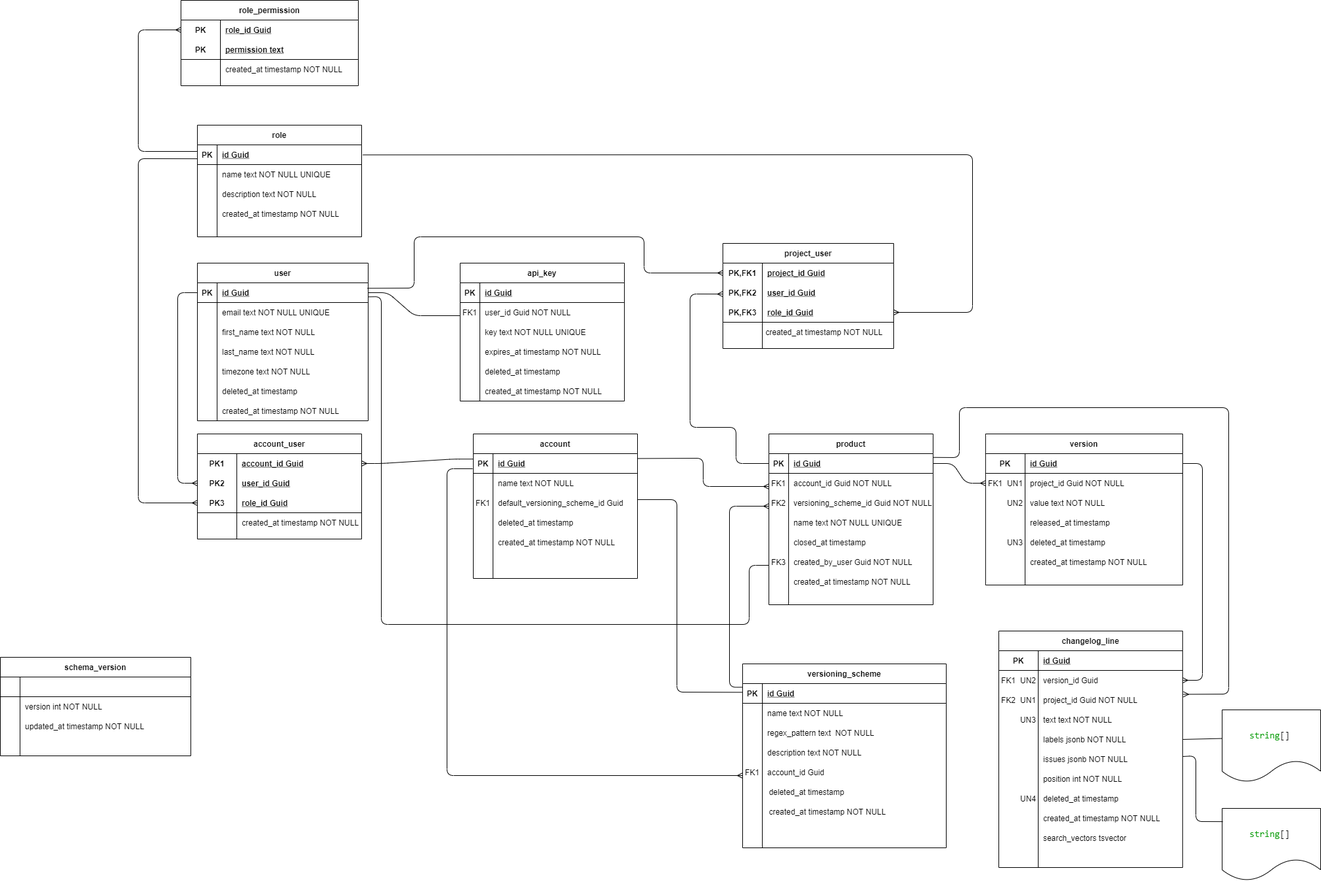
stefan-jeitler/change-blog keeps this draw.io diagram as docs/assets/ChangeTrackerDbSchema.png. Above is the earlier version. Source tidied: cells renumbered, new cells last; positions are measured from the earlier drawing's top-left corner, leaving out a move shared by most shapes.
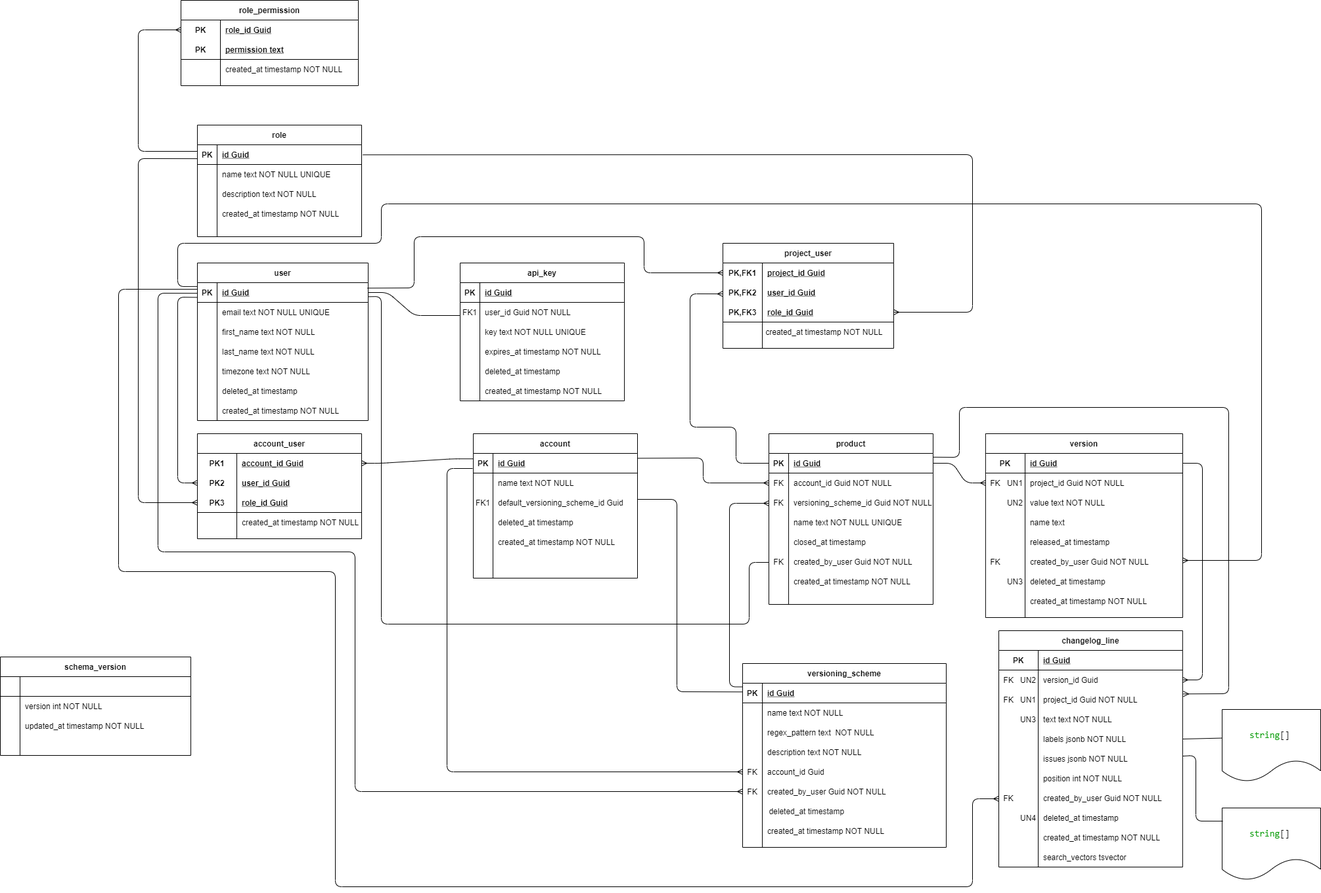
Above is the later version.

Commit message:
change schema: add created_by_user columns

The edit, as a diff of the source:
```diff
@@ -9,7 +9,7 @@
       <mxGeometry relative="1" as="geometry" />
     </mxCell>
     <mxCell id="4" value="version" style="shape=table;startSize=30;rowLines=0;fontStyle=1;align=center;" parent="1" vertex="1">
-      <mxGeometry x="1499.9" y="660" width="300.1" height="230" as="geometry" />
+      <mxGeometry x="1499.9" y="660" width="300.1" height="280" as="geometry" />
     </mxCell>
     <mxCell id="5" style="shape=partialRectangle;fillColor=none;points=[[0,0.5],[1,0.5]];portConstraint=eastwest;top=0;left=0;right=0;bottom=1;" parent="4" vertex="1">
       <mxGeometry y="30" width="300.1" height="30" as="geometry" />
@@ -134,11 +134,11 @@
     <mxCell id="45" value="user_id Guid NOT NULL" style="shape=partialRectangle;overflow=hidden;fillColor=none;top=0;left=0;bottom=0;right=0;align=left;spacingLeft=6;" parent="43" vertex="1">
       <mxGeometry x="30" width="220.1" height="30" as="geometry" />
     </mxCell>
-    <mxCell id="46" value="FK1" style="shape=partialRectangle;overflow=hidden;fillColor=none;top=0;left=0;bottom=0;right=0;" parent="1" vertex="1">
+    <mxCell id="46" value="FK" style="shape=partialRectangle;overflow=hidden;fillColor=none;top=0;left=0;bottom=0;right=0;" parent="1" vertex="1">
       <mxGeometry x="1170" y="720" width="30" height="30" as="geometry" />
     </mxCell>
     <mxCell id="47" value="released_at timestamp" style="shape=partialRectangle;overflow=hidden;fillColor=none;top=0;left=0;bottom=0;right=0;align=left;spacingLeft=6;" parent="1" vertex="1">
-      <mxGeometry x="1560" y="780" width="220" height="30" as="geometry" />
+      <mxGeometry x="1559.9" y="810" width="220" height="30" as="geometry" />
     </mxCell>
     <mxCell id="48" value="versioning_scheme" style="shape=table;startSize=30;rowLines=0;fontStyle=1;align=center;" parent="1" vertex="1">
       <mxGeometry x="1130" y="1010" width="310" height="280" as="geometry" />
@@ -172,10 +172,10 @@
     </mxCell>
     <mxCell id="58" style="fontSize=12;html=1;endArrow=ERmany;startArrow=none;exitX=1.001;exitY=0.248;exitDx=0;exitDy=0;endFill=0;startFill=0;exitPerimeter=0;" parent="1" edge="1" source="33">
       <mxGeometry relative="1" as="geometry">
-        <mxPoint x="1170" y="740" as="targetPoint" />
+        <mxPoint x="1170" y="735" as="targetPoint" />
         <Array as="points">
           <mxPoint x="1070" y="697" />
-          <mxPoint x="1070" y="740" />
+          <mxPoint x="1070" y="735" />
         </Array>
       </mxGeometry>
     </mxCell>
@@ -201,16 +201,16 @@
       <mxGeometry x="1199.9" y="780" width="220" height="30" as="geometry" />
     </mxCell>
     <mxCell id="66" value="created_at timestamp NOT NULL" style="shape=partialRectangle;overflow=hidden;fillColor=none;top=0;left=0;bottom=0;right=0;align=left;spacingLeft=6;" parent="1" vertex="1">
-      <mxGeometry x="1579.9" y="1230" width="220" height="30" as="geometry" />
+      <mxGeometry x="1579.9" y="1260" width="220" height="30" as="geometry" />
     </mxCell>
     <mxCell id="67" value="deleted_at timestamp" style="shape=partialRectangle;overflow=hidden;fillColor=none;top=0;left=0;bottom=0;right=0;align=left;spacingLeft=6;" parent="1" vertex="1">
-      <mxGeometry x="1560" y="810" width="220" height="30" as="geometry" />
+      <mxGeometry x="1559.9" y="870" width="220" height="30" as="geometry" />
     </mxCell>
-    <mxCell id="68" value="FK2" style="shape=partialRectangle;overflow=hidden;fillColor=none;top=0;left=0;bottom=0;right=0;" parent="1" vertex="1">
+    <mxCell id="68" value="FK" style="shape=partialRectangle;overflow=hidden;fillColor=none;top=0;left=0;bottom=0;right=0;" parent="1" vertex="1">
       <mxGeometry x="1169.9" y="750" width="30" height="30" as="geometry" />
     </mxCell>
     <mxCell id="69" style="shape=partialRectangle;fillColor=none;top=0;left=0;right=0;bottom=0;" parent="1" vertex="1">
-      <mxGeometry x="1130" y="1190" width="270" height="30" as="geometry" />
+      <mxGeometry x="1130" y="1220" width="270" height="30" as="geometry" />
     </mxCell>
     <mxCell id="70" style="shape=partialRectangle;overflow=hidden;fillColor=none;top=0;left=0;bottom=0;right=0;" parent="69" vertex="1">
       <mxGeometry width="32.4" height="30" as="geometry" />
@@ -220,10 +220,10 @@
     </mxCell>
     <mxCell id="72" style="edgeStyle=orthogonalEdgeStyle;fontSize=12;html=1;endArrow=ERmany;endFill=0;startArrow=none;startFill=0;exitX=0;exitY=0.185;exitDx=0;exitDy=0;exitPerimeter=0;" parent="1" edge="1" source="49">
       <mxGeometry relative="1" as="geometry">
-        <mxPoint x="1170" y="770" as="targetPoint" />
+        <mxPoint x="1170" y="766" as="targetPoint" />
         <Array as="points">
           <mxPoint x="1110" y="1046" />
-          <mxPoint x="1110" y="770" />
+          <mxPoint x="1110" y="766" />
         </Array>
       </mxGeometry>
     </mxCell>
@@ -248,10 +248,10 @@
     <mxCell id="77" style="fontSize=12;html=1;endArrow=ERmany;jumpSize=2;jumpStyle=sharp;endFill=0;startArrow=none;startFill=0;" parent="1" edge="1">
       <mxGeometry relative="1" as="geometry">
         <mxPoint x="719" y="713" as="sourcePoint" />
-        <mxPoint x="1130" y="1180" as="targetPoint" />
+        <mxPoint x="1130" y="1175" as="targetPoint" />
         <Array as="points">
           <mxPoint x="680" y="713" />
-          <mxPoint x="680" y="1180" />
+          <mxPoint x="680" y="1175" />
         </Array>
       </mxGeometry>
     </mxCell>
@@ -306,7 +306,7 @@
     <mxCell id="94" value="text text NOT NULL" style="shape=partialRectangle;overflow=hidden;fillColor=none;top=0;left=0;bottom=0;right=0;align=left;spacingLeft=6;" parent="92" vertex="1">
       <mxGeometry x="30" width="220" height="30" as="geometry" />
     </mxCell>
-    <mxCell id="95" value="FK2" style="shape=partialRectangle;overflow=hidden;fillColor=none;top=0;left=0;bottom=0;right=0;" parent="1" vertex="1">
+    <mxCell id="95" value="FK" style="shape=partialRectangle;overflow=hidden;fillColor=none;top=0;left=0;bottom=0;right=0;" parent="1" vertex="1">
       <mxGeometry x="1520" y="1050" width="30" height="30" as="geometry" />
     </mxCell>
     <mxCell id="96" style="fontSize=12;html=1;endArrow=none;startArrow=ERmany;exitX=1.004;exitY=0.212;exitDx=0;exitDy=0;exitPerimeter=0;startFill=0;endFill=0;entryX=1;entryY=0.191;entryDx=0;entryDy=0;entryPerimeter=0;" parent="1" edge="1" source="21" target="25">
@@ -382,7 +382,7 @@
     <mxCell id="117" value="account_id Guid" style="shape=partialRectangle;overflow=hidden;fillColor=none;top=0;left=0;bottom=0;right=0;align=left;spacingLeft=6;" parent="1" vertex="1">
       <mxGeometry x="1160" y="1160" width="280" height="30" as="geometry" />
     </mxCell>
-    <mxCell id="118" value="FK1" style="shape=partialRectangle;overflow=hidden;fillColor=none;top=0;left=0;bottom=0;right=0;" parent="1" vertex="1">
+    <mxCell id="118" value="FK" style="shape=partialRectangle;overflow=hidden;fillColor=none;top=0;left=0;bottom=0;right=0;" parent="1" vertex="1">
       <mxGeometry x="1130" y="1160" width="30" height="30" as="geometry" />
     </mxCell>
     <mxCell id="119" value="user" style="shape=table;startSize=30;rowLines=0;fontStyle=1;align=center;" parent="1" vertex="1">
@@ -448,11 +448,11 @@
     <mxCell id="139" value="user_id Guid" style="shape=partialRectangle;fillColor=none;top=0;left=0;bottom=0;right=0;align=left;spacingLeft=6;fontStyle=5;overflow=hidden;" parent="137" vertex="1">
       <mxGeometry x="60" width="190" height="30" as="geometry" />
     </mxCell>
-    <mxCell id="140" style="fontSize=12;html=1;endArrow=none;startArrow=ERmany;startFill=0;endFill=0;entryX=0;entryY=0.5;entryDx=0;entryDy=0;exitX=0;exitY=0.5;exitDx=0;exitDy=0;" parent="1" edge="1" source="137" target="120">
+    <mxCell id="140" style="fontSize=12;html=1;endArrow=none;startArrow=ERmany;startFill=0;endFill=0;entryX=-0.001;entryY=0.747;entryDx=0;entryDy=0;exitX=0;exitY=0.5;exitDx=0;exitDy=0;entryPerimeter=0;" parent="1" edge="1" source="137" target="120">
       <mxGeometry relative="1" as="geometry">
         <Array as="points">
           <mxPoint x="270" y="735" />
-          <mxPoint x="270" y="445" />
+          <mxPoint x="270" y="452" />
         </Array>
       </mxGeometry>
     </mxCell>
@@ -569,7 +569,7 @@
       <mxGeometry x="30" width="190" height="30" as="geometry" />
     </mxCell>
     <mxCell id="166" value="created_at timestamp NOT NULL" style="shape=partialRectangle;overflow=hidden;fillColor=none;top=0;left=0;bottom=0;right=0;align=left;spacingLeft=6;" parent="1" vertex="1">
-      <mxGeometry x="1560" y="840" width="220" height="30" as="geometry" />
+      <mxGeometry x="1559.9" y="900" width="220" height="30" as="geometry" />
     </mxCell>
     <mxCell id="167" style="shape=partialRectangle;fillColor=none;points=[[0,0.5],[1,0.5]];portConstraint=eastwest;top=0;left=0;right=0;bottom=0;" parent="1" vertex="1">
       <mxGeometry x="1550" y="1110" width="250" height="30" as="geometry" />
@@ -587,19 +587,19 @@
       <mxGeometry relative="1" as="geometry" />
     </mxCell>
     <mxCell id="172" value="deleted_at timestamp " style="shape=partialRectangle;overflow=hidden;fillColor=none;top=0;left=0;bottom=0;right=0;align=left;spacingLeft=6;" parent="1" vertex="1">
-      <mxGeometry x="1579.9" y="1200" width="220" height="30" as="geometry" />
+      <mxGeometry x="1580" y="1230" width="220" height="30" as="geometry" />
     </mxCell>
     <mxCell id="173" value="created_at timestamp NOT NULL" style="shape=partialRectangle;overflow=hidden;fillColor=none;top=0;left=0;bottom=0;right=0;align=left;spacingLeft=6;" parent="1" vertex="1">
       <mxGeometry x="1199.9" y="870" width="220" height="30" as="geometry" />
     </mxCell>
     <mxCell id="174" style="shape=partialRectangle;fillColor=none;top=0;left=0;right=0;bottom=0;" parent="1" vertex="1">
-      <mxGeometry x="1130" y="1220" width="270" height="30" as="geometry" />
+      <mxGeometry x="1120" y="1250" width="270" height="30" as="geometry" />
     </mxCell>
     <mxCell id="175" style="shape=partialRectangle;overflow=hidden;fillColor=none;top=0;left=0;bottom=0;right=0;" parent="174" vertex="1">
       <mxGeometry width="32.4" height="30" as="geometry" />
     </mxCell>
     <mxCell id="176" value="created_at timestamp NOT NULL" style="shape=partialRectangle;overflow=hidden;fillColor=none;top=0;left=0;bottom=0;right=0;align=left;spacingLeft=6;" parent="174" vertex="1">
-      <mxGeometry x="32.4" width="237.6" height="30" as="geometry" />
+      <mxGeometry x="40" width="237.6" height="30" as="geometry" />
     </mxCell>
     <mxCell id="177" value="deleted_at timestamp" style="shape=partialRectangle;overflow=hidden;fillColor=none;top=0;left=0;bottom=0;right=0;align=left;spacingLeft=6;" parent="1" vertex="1">
       <mxGeometry x="750" y="780" width="220" height="30" as="geometry" />
@@ -613,14 +613,14 @@
     <mxCell id="180" value="created_by_user Guid NOT NULL" style="shape=partialRectangle;overflow=hidden;fillColor=none;top=0;left=0;bottom=0;right=0;align=left;spacingLeft=6;" parent="1" vertex="1">
       <mxGeometry x="1199.9" y="840" width="220" height="30" as="geometry" />
     </mxCell>
-    <mxCell id="181" value="FK3" style="shape=partialRectangle;overflow=hidden;fillColor=none;top=0;left=0;bottom=0;right=0;" parent="1" vertex="1">
+    <mxCell id="181" value="FK" style="shape=partialRectangle;overflow=hidden;fillColor=none;top=0;left=0;bottom=0;right=0;" parent="1" vertex="1">
       <mxGeometry x="1170" y="840" width="30" height="30" as="geometry" />
     </mxCell>
     <mxCell id="182" style="endArrow=none;html=1;entryX=1.002;entryY=0.712;entryDx=0;entryDy=0;entryPerimeter=0;" parent="1" edge="1" target="120">
       <mxGeometry relative="1" as="geometry">
-        <mxPoint x="1170" y="860" as="sourcePoint" />
+        <mxPoint x="1170" y="856" as="sourcePoint" />
         <Array as="points">
-          <mxPoint x="1140" y="860" />
+          <mxPoint x="1140" y="856" />
           <mxPoint x="1140" y="950" />
           <mxPoint x="580" y="950" />
           <mxPoint x="580" y="451" />
@@ -630,7 +630,7 @@
     <mxCell id="183" value="deleted_at timestamp" style="shape=partialRectangle;fillColor=none;top=0;left=0;bottom=0;right=0;align=left;spacingLeft=6;overflow=hidden;" parent="1" vertex="1">
       <mxGeometry x="330" y="580" width="230" height="30" as="geometry" />
     </mxCell>
-    <mxCell id="184" value="FK1" style="shape=partialRectangle;overflow=hidden;fillColor=none;top=0;left=0;bottom=0;right=0;" parent="1" vertex="1">
+    <mxCell id="184" value="FK" style="shape=partialRectangle;overflow=hidden;fillColor=none;top=0;left=0;bottom=0;right=0;" parent="1" vertex="1">
       <mxGeometry x="1520" y="1020" width="30" height="30" as="geometry" />
     </mxCell>
     <mxCell id="185" value="UN2" style="shape=partialRectangle;overflow=hidden;fillColor=none;top=0;left=0;bottom=0;right=0;" parent="1" vertex="1">
@@ -649,7 +649,7 @@
       <mxGeometry x="360" y="780" width="190" height="30" as="geometry" />
     </mxCell>
     <mxCell id="190" value="UN4" style="shape=partialRectangle;overflow=hidden;fillColor=none;top=0;left=0;bottom=0;right=0;" parent="1" vertex="1">
-      <mxGeometry x="1550" y="1200" width="30" height="30" as="geometry" />
+      <mxGeometry x="1550" y="1230" width="30" height="30" as="geometry" />
     </mxCell>
     <mxCell id="191" style="shape=partialRectangle;fillColor=none;points=[[0,0.5],[1,0.5]];portConstraint=eastwest;top=0;left=0;right=0;bottom=0;" parent="1" vertex="1">
       <mxGeometry x="1550" y="1140" width="250" height="30" as="geometry" />
@@ -672,9 +672,9 @@
       </mxGeometry>
     </mxCell>
     <mxCell id="196" value="search_vectors tsvector" style="shape=partialRectangle;overflow=hidden;fillColor=none;top=0;left=0;bottom=0;right=0;align=left;spacingLeft=6;" parent="1" vertex="1">
-      <mxGeometry x="1579.9" y="1260" width="220" height="30" as="geometry" />
+      <mxGeometry x="1579.9" y="1290" width="220" height="30" as="geometry" />
     </mxCell>
-    <mxCell id="197" value="FK1" style="shape=partialRectangle;overflow=hidden;fillColor=none;top=0;left=0;bottom=0;right=0;" parent="1" vertex="1">
+    <mxCell id="197" value="FK" style="shape=partialRectangle;overflow=hidden;fillColor=none;top=0;left=0;bottom=0;right=0;" parent="1" vertex="1">
       <mxGeometry x="1499.9" y="720" width="30" height="30" as="geometry" />
     </mxCell>
     <mxCell id="198" value="UN1" style="shape=partialRectangle;overflow=hidden;fillColor=none;top=0;left=0;bottom=0;right=0;" parent="1" vertex="1">
@@ -684,7 +684,66 @@
       <mxGeometry x="1529.9" y="750" width="30" height="30" as="geometry" />
     </mxCell>
     <mxCell id="200" value="UN3" style="shape=partialRectangle;overflow=hidden;fillColor=none;top=0;left=0;bottom=0;right=0;" parent="1" vertex="1">
-      <mxGeometry x="1529.9" y="810" width="30" height="30" as="geometry" />
+      <mxGeometry x="1529.9" y="870" width="30" height="30" as="geometry" />
     </mxCell>
+    <mxCell id="201" value="created_by_user Guid NOT NULL" style="shape=partialRectangle;overflow=hidden;fillColor=none;top=0;left=0;bottom=0;right=0;align=left;spacingLeft=6;" parent="1" vertex="1">
+      <mxGeometry x="1559.9" y="840" width="220" height="30" as="geometry" />
+    </mxCell>
+    <mxCell id="202" value="FK" style="shape=partialRectangle;overflow=hidden;fillColor=none;top=0;left=0;bottom=0;right=0;" parent="1" vertex="1">
+      <mxGeometry x="1499.9" y="840" width="30" height="30" as="geometry" />
+    </mxCell>
+    <mxCell id="203" value="created_by_user Guid NOT NULL " style="shape=partialRectangle;overflow=hidden;fillColor=none;top=0;left=0;bottom=0;right=0;align=left;spacingLeft=6;" parent="1" vertex="1">
+      <mxGeometry x="1580" y="1200" width="220" height="30" as="geometry" />
+    </mxCell>
+    <mxCell id="204" style="fontSize=12;html=1;endArrow=none;endFill=0;startArrow=ERmany;startFill=0;entryX=0;entryY=0.194;entryDx=0;entryDy=0;entryPerimeter=0;" parent="1" edge="1" target="120">
+      <mxGeometry relative="1" as="geometry">
+        <mxPoint x="1800" y="853" as="sourcePoint" />
+        <Array as="points">
+          <mxPoint x="1920" y="853" />
+          <mxPoint x="1920" y="310" />
+          <mxPoint x="580" y="310" />
+          <mxPoint x="580" y="370" />
+          <mxPoint x="270" y="370" />
+          <mxPoint x="270" y="436" />
+        </Array>
+      </mxGeometry>
+    </mxCell>
+    <mxCell id="205" style="fontSize=12;html=1;endArrow=none;startArrow=ERmany;startFill=0;endFill=0;" parent="1" edge="1">
+      <mxGeometry relative="1" as="geometry">
+        <mxPoint x="1520" y="1216" as="sourcePoint" />
+        <mxPoint x="300" y="440" as="targetPoint" />
+        <Array as="points">
+          <mxPoint x="1480" y="1216" />
+          <mxPoint x="1480" y="1350" />
+          <mxPoint x="510" y="1350" />
+          <mxPoint x="510" y="870" />
+          <mxPoint x="180" y="870" />
+          <mxPoint x="180" y="440" />
+        </Array>
+      </mxGeometry>
+    </mxCell>
+    <mxCell id="206" value="FK" style="shape=partialRectangle;overflow=hidden;fillColor=none;top=0;left=0;bottom=0;right=0;" parent="1" vertex="1">
+      <mxGeometry x="1519.9" y="1200" width="30" height="30" as="geometry" />
+    </mxCell>
+    <mxCell id="207" value="created_by_user Guid NOT NULL" style="shape=partialRectangle;overflow=hidden;fillColor=none;top=0;left=0;bottom=0;right=0;align=left;spacingLeft=6;" parent="1" vertex="1">
+      <mxGeometry x="1160" y="1190" width="280" height="30" as="geometry" />
+    </mxCell>
+    <mxCell id="208" style="fontSize=12;html=1;endArrow=ERmany;exitX=-0.001;exitY=0.539;exitDx=0;exitDy=0;exitPerimeter=0;" parent="1" edge="1" source="120">
+      <mxGeometry relative="1" as="geometry">
+        <mxPoint x="1130" y="1205" as="targetPoint" />
+        <Array as="points">
+          <mxPoint x="240" y="446" />
+          <mxPoint x="240" y="840" />
+          <mxPoint x="540" y="840" />
+          <mxPoint x="540" y="1205" />
+        </Array>
+      </mxGeometry>
+    </mxCell>
+    <mxCell id="209" value="FK" style="shape=partialRectangle;overflow=hidden;fillColor=none;top=0;left=0;bottom=0;right=0;" parent="1" vertex="1">
+      <mxGeometry x="1130" y="1190" width="30" height="30" as="geometry" />
+    </mxCell>
+    <mxCell id="210" value="name text" style="shape=partialRectangle;overflow=hidden;fillColor=none;top=0;left=0;bottom=0;right=0;align=left;spacingLeft=6;" parent="1" vertex="1">
+      <mxGeometry x="1559.9" y="780" width="220" height="30" as="geometry" />
+    </mxCell>
   </root>
 </mxGraphModel>
```
